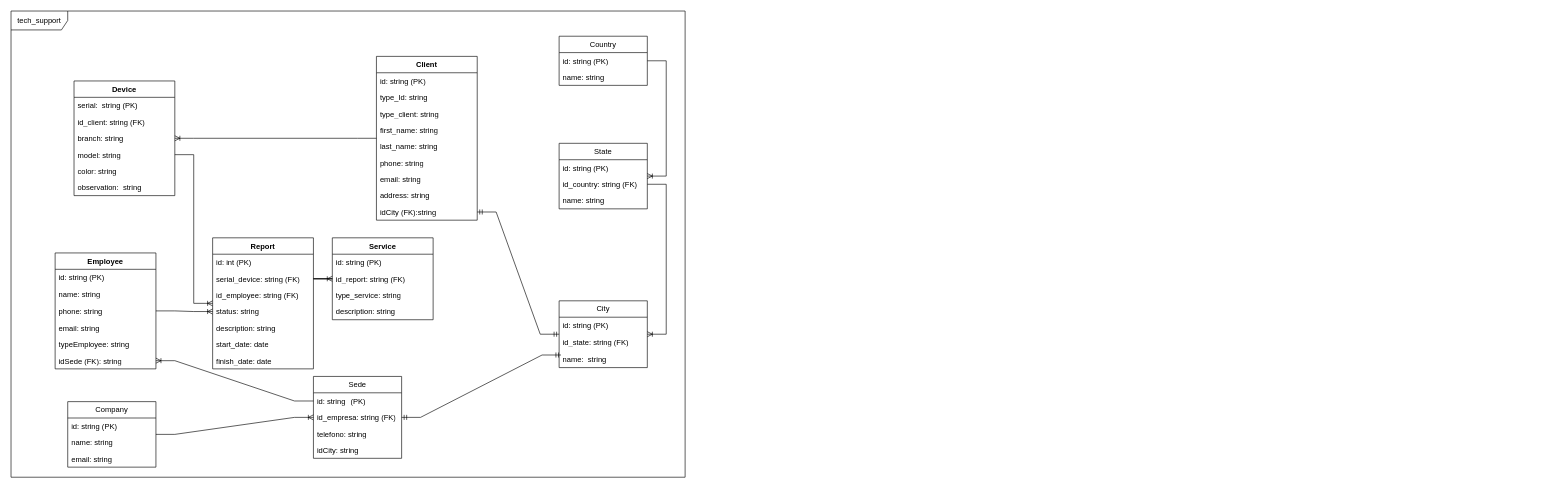
The draw.io diagram projects/tech_support/Tech_support.drawio in Alejo2304/website_projects, before the edit. Source tidied: cells renumbered, new cells numbered last; positions are measured from the earlier drawing's top-left corner, leaving out a move shared by most shapes. Both pictures are drawn from the tidied source at 63%, with x=0, y=0 at pixel (11, 11).
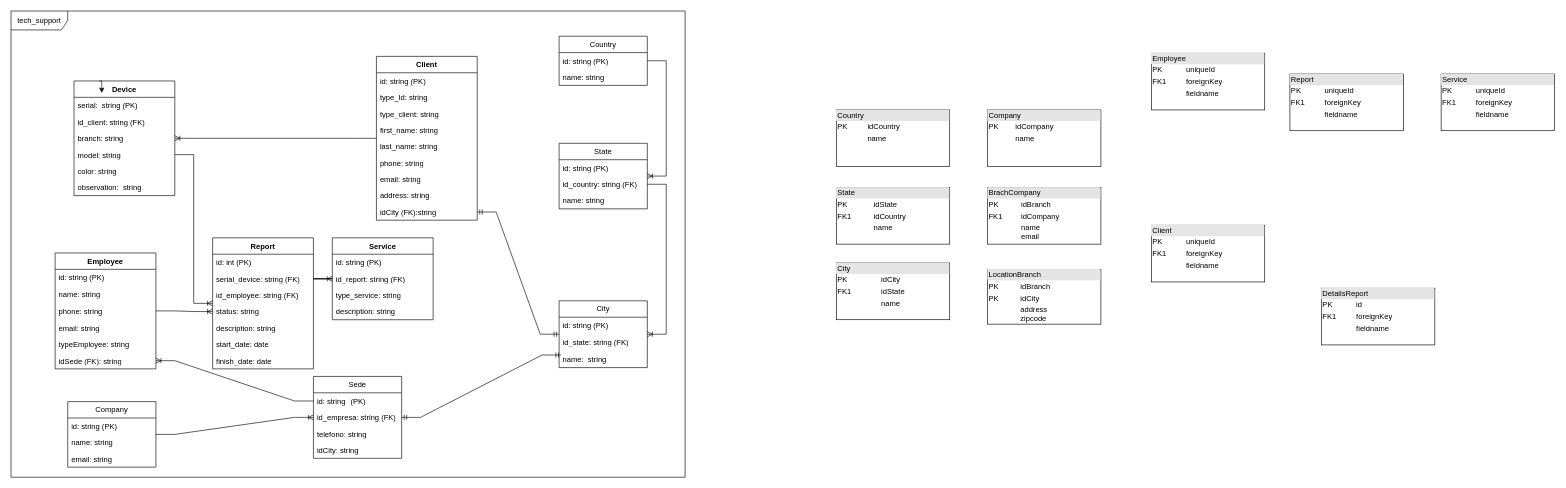
The same page after the edit.

Unchanged cells that the change refers to:
```xml
<mxCell id="12" value="Device" style="swimlane;fontStyle=1;align=center;verticalAlign=top;horizontal=1;startSize=26;whiteSpace=wrap;html=1;" parent="1" vertex="1">
  <mxGeometry x="100" y="111" width="160" height="182" as="geometry" />
</mxCell>
<mxCell id="13" value="serial:&amp;nbsp; string (PK)&lt;div&gt;&lt;br&gt;&lt;/div&gt;" style="text;strokeColor=none;fillColor=none;align=left;verticalAlign=top;spacingLeft=4;spacingRight=4;overflow=hidden;points=[[0,0.5],[1,0.5]];portConstraint=eastwest;whiteSpace=wrap;html=1;" parent="12" vertex="1">
  <mxGeometry y="26" width="160" height="26" as="geometry" />
</mxCell>
```

The edit, as a diff of the source:
```diff
@@
+    <mxCell id="70" style="edgeStyle=orthogonalEdgeStyle;rounded=0;jettySize=auto;html=1;exitX=0.25;exitY=0;exitDx=0;exitDy=0;entryX=0.275;entryY=-0.269;entryDx=0;entryDy=0;entryPerimeter=0;" parent="12" edge="1" source="12" target="13">
+      <mxGeometry relative="1" as="geometry" />
+    </mxCell>
@@
+    <mxCell id="71" value="&lt;div style=&quot;box-sizing:border-box;width:100%;background:#e4e4e4;padding:2px;&quot;&gt;Company&lt;/div&gt;&lt;table style=&quot;width:100%;font-size:1em;&quot; cellpadding=&quot;2&quot; cellspacing=&quot;0&quot;&gt;&lt;tbody&gt;&lt;tr&gt;&lt;td&gt;PK&lt;/td&gt;&lt;td&gt;idCompany&lt;/td&gt;&lt;/tr&gt;&lt;tr&gt;&lt;td&gt;&lt;br&gt;&lt;/td&gt;&lt;td&gt;name&lt;/td&gt;&lt;/tr&gt;&lt;tr&gt;&lt;td&gt;&lt;/td&gt;&lt;td&gt;&lt;br&gt;&lt;/td&gt;&lt;/tr&gt;&lt;/tbody&gt;&lt;/table&gt;" style="verticalAlign=top;align=left;overflow=fill;html=1;whiteSpace=wrap;" parent="1" vertex="1">
+      <mxGeometry x="1550" y="157" width="180" height="90" as="geometry" />
+    </mxCell>
+    <mxCell id="72" value="&lt;div style=&quot;box-sizing:border-box;width:100%;background:#e4e4e4;padding:2px;&quot;&gt;LocationBranch&lt;/div&gt;&lt;table style=&quot;width:100%;font-size:1em;&quot; cellpadding=&quot;2&quot; cellspacing=&quot;0&quot;&gt;&lt;tbody&gt;&lt;tr&gt;&lt;td&gt;PK&lt;/td&gt;&lt;td&gt;idBranch&lt;/td&gt;&lt;/tr&gt;&lt;tr&gt;&lt;td&gt;PK&lt;/td&gt;&lt;td&gt;idCity&lt;/td&gt;&lt;/tr&gt;&lt;tr&gt;&lt;td&gt;&lt;/td&gt;&lt;td&gt;address&lt;br&gt;zipcode&lt;br&gt;&lt;br&gt;&lt;/td&gt;&lt;/tr&gt;&lt;/tbody&gt;&lt;/table&gt;" style="verticalAlign=top;align=left;overflow=fill;html=1;whiteSpace=wrap;" parent="1" vertex="1">
+      <mxGeometry x="1550" y="410" width="180" height="87" as="geometry" />
+    </mxCell>
+    <mxCell id="73" value="&lt;div style=&quot;box-sizing:border-box;width:100%;background:#e4e4e4;padding:2px;&quot;&gt;Client&lt;/div&gt;&lt;table style=&quot;width:100%;font-size:1em;&quot; cellpadding=&quot;2&quot; cellspacing=&quot;0&quot;&gt;&lt;tbody&gt;&lt;tr&gt;&lt;td&gt;PK&lt;/td&gt;&lt;td&gt;uniqueId&lt;/td&gt;&lt;/tr&gt;&lt;tr&gt;&lt;td&gt;FK1&lt;/td&gt;&lt;td&gt;foreignKey&lt;/td&gt;&lt;/tr&gt;&lt;tr&gt;&lt;td&gt;&lt;/td&gt;&lt;td&gt;fieldname&lt;/td&gt;&lt;/tr&gt;&lt;/tbody&gt;&lt;/table&gt;" style="verticalAlign=top;align=left;overflow=fill;html=1;whiteSpace=wrap;" parent="1" vertex="1">
+      <mxGeometry x="1810" y="340" width="180" height="90" as="geometry" />
+    </mxCell>
+    <mxCell id="74" value="&lt;div style=&quot;box-sizing:border-box;width:100%;background:#e4e4e4;padding:2px;&quot;&gt;BrachCompany&lt;/div&gt;&lt;table style=&quot;width:100%;font-size:1em;&quot; cellpadding=&quot;2&quot; cellspacing=&quot;0&quot;&gt;&lt;tbody&gt;&lt;tr&gt;&lt;td&gt;PK&lt;/td&gt;&lt;td&gt;idBranch&lt;/td&gt;&lt;/tr&gt;&lt;tr&gt;&lt;td&gt;FK1&lt;/td&gt;&lt;td&gt;idCompany&lt;/td&gt;&lt;/tr&gt;&lt;tr&gt;&lt;td&gt;&lt;/td&gt;&lt;td&gt;name&lt;br&gt;email&lt;/td&gt;&lt;/tr&gt;&lt;/tbody&gt;&lt;/table&gt;" style="verticalAlign=top;align=left;overflow=fill;html=1;whiteSpace=wrap;" parent="1" vertex="1">
+      <mxGeometry x="1550" y="280" width="180" height="90" as="geometry" />
+    </mxCell>
+    <mxCell id="75" value="&lt;div style=&quot;box-sizing:border-box;width:100%;background:#e4e4e4;padding:2px;&quot;&gt;Country&lt;/div&gt;&lt;table style=&quot;width:100%;font-size:1em;&quot; cellpadding=&quot;2&quot; cellspacing=&quot;0&quot;&gt;&lt;tbody&gt;&lt;tr&gt;&lt;td&gt;PK&lt;/td&gt;&lt;td&gt;idCountry&lt;/td&gt;&lt;/tr&gt;&lt;tr&gt;&lt;td&gt;&lt;br&gt;&lt;/td&gt;&lt;td&gt;name&lt;/td&gt;&lt;/tr&gt;&lt;tr&gt;&lt;td&gt;&lt;/td&gt;&lt;td&gt;&lt;br&gt;&lt;/td&gt;&lt;/tr&gt;&lt;/tbody&gt;&lt;/table&gt;" style="verticalAlign=top;align=left;overflow=fill;html=1;whiteSpace=wrap;" parent="1" vertex="1">
+      <mxGeometry x="1310" y="157" width="180" height="90" as="geometry" />
+    </mxCell>
+    <mxCell id="76" value="&lt;div style=&quot;box-sizing:border-box;width:100%;background:#e4e4e4;padding:2px;&quot;&gt;State&lt;/div&gt;&lt;table style=&quot;width:100%;font-size:1em;&quot; cellpadding=&quot;2&quot; cellspacing=&quot;0&quot;&gt;&lt;tbody&gt;&lt;tr&gt;&lt;td&gt;PK&lt;/td&gt;&lt;td&gt;idState&lt;/td&gt;&lt;/tr&gt;&lt;tr&gt;&lt;td&gt;FK1&lt;/td&gt;&lt;td&gt;idCountry&lt;/td&gt;&lt;/tr&gt;&lt;tr&gt;&lt;td&gt;&lt;/td&gt;&lt;td&gt;name&lt;/td&gt;&lt;/tr&gt;&lt;/tbody&gt;&lt;/table&gt;" style="verticalAlign=top;align=left;overflow=fill;html=1;whiteSpace=wrap;" parent="1" vertex="1">
+      <mxGeometry x="1310" y="280" width="180" height="90" as="geometry" />
+    </mxCell>
+    <mxCell id="77" value="&lt;div style=&quot;box-sizing:border-box;width:100%;background:#e4e4e4;padding:2px;&quot;&gt;City&lt;/div&gt;&lt;table style=&quot;width:100%;font-size:1em;&quot; cellpadding=&quot;2&quot; cellspacing=&quot;0&quot;&gt;&lt;tbody&gt;&lt;tr&gt;&lt;td&gt;PK&lt;/td&gt;&lt;td&gt;idCity&lt;/td&gt;&lt;/tr&gt;&lt;tr&gt;&lt;td&gt;FK1&lt;/td&gt;&lt;td&gt;idState&lt;/td&gt;&lt;/tr&gt;&lt;tr&gt;&lt;td&gt;&lt;/td&gt;&lt;td&gt;name&lt;/td&gt;&lt;/tr&gt;&lt;/tbody&gt;&lt;/table&gt;" style="verticalAlign=top;align=left;overflow=fill;html=1;whiteSpace=wrap;" parent="1" vertex="1">
+      <mxGeometry x="1310" y="400" width="180" height="90" as="geometry" />
+    </mxCell>
+    <mxCell id="78" value="&lt;div style=&quot;box-sizing:border-box;width:100%;background:#e4e4e4;padding:2px;&quot;&gt;Employee&lt;/div&gt;&lt;table style=&quot;width:100%;font-size:1em;&quot; cellpadding=&quot;2&quot; cellspacing=&quot;0&quot;&gt;&lt;tbody&gt;&lt;tr&gt;&lt;td&gt;PK&lt;/td&gt;&lt;td&gt;uniqueId&lt;/td&gt;&lt;/tr&gt;&lt;tr&gt;&lt;td&gt;FK1&lt;/td&gt;&lt;td&gt;foreignKey&lt;/td&gt;&lt;/tr&gt;&lt;tr&gt;&lt;td&gt;&lt;/td&gt;&lt;td&gt;fieldname&lt;/td&gt;&lt;/tr&gt;&lt;/tbody&gt;&lt;/table&gt;" style="verticalAlign=top;align=left;overflow=fill;html=1;whiteSpace=wrap;" parent="1" vertex="1">
+      <mxGeometry x="1810" y="67" width="180" height="90" as="geometry" />
+    </mxCell>
+    <mxCell id="79" value="&lt;div style=&quot;box-sizing:border-box;width:100%;background:#e4e4e4;padding:2px;&quot;&gt;Service&lt;/div&gt;&lt;table style=&quot;width:100%;font-size:1em;&quot; cellpadding=&quot;2&quot; cellspacing=&quot;0&quot;&gt;&lt;tbody&gt;&lt;tr&gt;&lt;td&gt;PK&lt;/td&gt;&lt;td&gt;uniqueId&lt;/td&gt;&lt;/tr&gt;&lt;tr&gt;&lt;td&gt;FK1&lt;/td&gt;&lt;td&gt;foreignKey&lt;/td&gt;&lt;/tr&gt;&lt;tr&gt;&lt;td&gt;&lt;/td&gt;&lt;td&gt;fieldname&lt;/td&gt;&lt;/tr&gt;&lt;/tbody&gt;&lt;/table&gt;" style="verticalAlign=top;align=left;overflow=fill;html=1;whiteSpace=wrap;" parent="1" vertex="1">
+      <mxGeometry x="2270" y="100" width="180" height="90" as="geometry" />
+    </mxCell>
+    <mxCell id="80" value="&lt;div style=&quot;box-sizing:border-box;width:100%;background:#e4e4e4;padding:2px;&quot;&gt;Report&lt;/div&gt;&lt;table style=&quot;width:100%;font-size:1em;&quot; cellpadding=&quot;2&quot; cellspacing=&quot;0&quot;&gt;&lt;tbody&gt;&lt;tr&gt;&lt;td&gt;PK&lt;/td&gt;&lt;td&gt;uniqueId&lt;/td&gt;&lt;/tr&gt;&lt;tr&gt;&lt;td&gt;FK1&lt;/td&gt;&lt;td&gt;foreignKey&lt;/td&gt;&lt;/tr&gt;&lt;tr&gt;&lt;td&gt;&lt;/td&gt;&lt;td&gt;fieldname&lt;/td&gt;&lt;/tr&gt;&lt;/tbody&gt;&lt;/table&gt;" style="verticalAlign=top;align=left;overflow=fill;html=1;whiteSpace=wrap;" parent="1" vertex="1">
+      <mxGeometry x="2030" y="100" width="180" height="90" as="geometry" />
+    </mxCell>
+    <mxCell id="81" value="&lt;div style=&quot;box-sizing:border-box;width:100%;background:#e4e4e4;padding:2px;&quot;&gt;DetailsReport&lt;/div&gt;&lt;table style=&quot;width:100%;font-size:1em;&quot; cellpadding=&quot;2&quot; cellspacing=&quot;0&quot;&gt;&lt;tbody&gt;&lt;tr&gt;&lt;td&gt;PK&lt;/td&gt;&lt;td&gt;id&lt;/td&gt;&lt;/tr&gt;&lt;tr&gt;&lt;td&gt;FK1&lt;/td&gt;&lt;td&gt;foreignKey&lt;/td&gt;&lt;/tr&gt;&lt;tr&gt;&lt;td&gt;&lt;/td&gt;&lt;td&gt;fieldname&lt;/td&gt;&lt;/tr&gt;&lt;/tbody&gt;&lt;/table&gt;" style="verticalAlign=top;align=left;overflow=fill;html=1;whiteSpace=wrap;" parent="1" vertex="1">
+      <mxGeometry x="2080" y="440" width="180" height="90" as="geometry" />
+    </mxCell>
```
